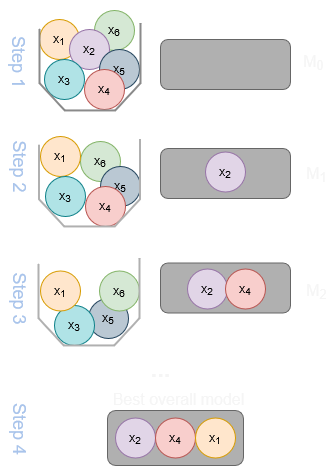
The draw.io diagram book/2_models/figures/ForwardStepwiseSelection.drawio.png in ConniBuschmann/psy112, before a commit. Source tidied: cells renumbered, new cells last; positions are measured from the earlier drawing's top-left corner, leaving out a move shared by most shapes. Its diagram source:
```xml
<mxGraphModel>
  <root>
    <mxCell id="0" />
    <mxCell id="1" parent="0" />
    <mxCell id="2" style="rounded=1;whiteSpace=wrap;html=1;fillColor=#B0B0B0;strokeColor=#666666;fontColor=#333333;" parent="1" vertex="1">
      <mxGeometry x="180" y="261.5" width="130" height="50" as="geometry" />
    </mxCell>
    <mxCell id="3" value="x&lt;sub&gt;5&lt;/sub&gt;" style="ellipse;whiteSpace=wrap;html=1;fillColor=#bac8d3;strokeColor=#23445d;" parent="1" vertex="1">
      <mxGeometry x="108" y="297" width="40" height="40" as="geometry" />
    </mxCell>
    <mxCell id="4" value="x&lt;sub&gt;6&lt;/sub&gt;" style="ellipse;whiteSpace=wrap;html=1;fillColor=#d5e8d4;strokeColor=#82b366;" parent="1" vertex="1">
      <mxGeometry x="114" y="9" width="40" height="40" as="geometry" />
    </mxCell>
    <mxCell id="5" value="x&lt;sub&gt;1&lt;/sub&gt;" style="ellipse;whiteSpace=wrap;html=1;fillColor=#ffe6cc;strokeColor=#D79B00;" parent="1" vertex="1">
      <mxGeometry x="59" y="18" width="40" height="40" as="geometry" />
    </mxCell>
    <mxCell id="6" value="x&lt;sub&gt;2&lt;/sub&gt;" style="ellipse;whiteSpace=wrap;html=1;fillColor=#e1d5e7;strokeColor=#9673a6;" parent="1" vertex="1">
      <mxGeometry x="89" y="28" width="40" height="40" as="geometry" />
    </mxCell>
    <mxCell id="7" value="x&lt;sub&gt;3&lt;/sub&gt;" style="ellipse;whiteSpace=wrap;html=1;fillColor=#b0e3e6;strokeColor=#0e8088;" parent="1" vertex="1">
      <mxGeometry x="64" y="58" width="40" height="40" as="geometry" />
    </mxCell>
    <mxCell id="8" value="x&lt;sub&gt;5&lt;/sub&gt;" style="ellipse;whiteSpace=wrap;html=1;fillColor=#bac8d3;strokeColor=#23445d;" parent="1" vertex="1">
      <mxGeometry x="119" y="48" width="40" height="40" as="geometry" />
    </mxCell>
    <mxCell id="9" value="x&lt;sub&gt;4&lt;/sub&gt;" style="ellipse;whiteSpace=wrap;html=1;fillColor=#f8cecc;strokeColor=#b85450;" parent="1" vertex="1">
      <mxGeometry x="104" y="68" width="40" height="40" as="geometry" />
    </mxCell>
    <mxCell id="10" style="verticalLabelPosition=bottom;verticalAlign=top;html=1;shape=mxgraph.basic.polygon;polyCoords=[[1,0.2],[1,0.2],[1,0.25],[1,0.75],[0.75,1],[0.25,1],[0,0.75],[0,0.25]];polyline=1;fillColor=none;strokeWidth=2;strokeColor=light-dark(#8a8a8a, #ededed);" parent="1" vertex="1">
      <mxGeometry x="59" width="101" height="109" as="geometry" />
    </mxCell>
    <mxCell id="11" value="x&lt;sub&gt;6&lt;/sub&gt;" style="ellipse;whiteSpace=wrap;html=1;fillColor=#d5e8d4;strokeColor=#82b366;" parent="1" vertex="1">
      <mxGeometry x="100" y="140" width="40" height="40" as="geometry" />
    </mxCell>
    <mxCell id="12" value="x&lt;sub&gt;1&lt;/sub&gt;" style="ellipse;whiteSpace=wrap;html=1;fillColor=#ffe6cc;strokeColor=#D79B00;" parent="1" vertex="1">
      <mxGeometry x="60" y="135" width="40" height="40" as="geometry" />
    </mxCell>
    <mxCell id="13" value="x&lt;sub&gt;3&lt;/sub&gt;" style="ellipse;whiteSpace=wrap;html=1;fillColor=#b0e3e6;strokeColor=#0e8088;" parent="1" vertex="1">
      <mxGeometry x="65" y="175" width="40" height="40" as="geometry" />
    </mxCell>
    <mxCell id="14" value="x&lt;sub&gt;5&lt;/sub&gt;" style="ellipse;whiteSpace=wrap;html=1;fillColor=#bac8d3;strokeColor=#23445d;" parent="1" vertex="1">
      <mxGeometry x="120" y="165" width="40" height="40" as="geometry" />
    </mxCell>
    <mxCell id="15" value="x&lt;sub&gt;4&lt;/sub&gt;" style="ellipse;whiteSpace=wrap;html=1;fillColor=#f8cecc;strokeColor=#b85450;" parent="1" vertex="1">
      <mxGeometry x="105" y="185" width="40" height="40" as="geometry" />
    </mxCell>
    <mxCell id="16" style="verticalLabelPosition=bottom;verticalAlign=top;html=1;shape=mxgraph.basic.polygon;polyCoords=[[1,0.2],[1,0.2],[1,0.25],[1,0.75],[0.75,1],[0.25,1],[0,0.75],[0,0.25]];polyline=1;fillColor=none;strokeWidth=2;strokeColor=#B0B0B0;" parent="1" vertex="1">
      <mxGeometry x="58.5" y="116" width="101" height="109" as="geometry" />
    </mxCell>
    <mxCell id="17" style="rounded=1;whiteSpace=wrap;html=1;fillColor=#B0B0B0;strokeColor=#666666;fontColor=#333333;" parent="1" vertex="1">
      <mxGeometry x="180" y="147" width="130" height="50" as="geometry" />
    </mxCell>
    <mxCell id="18" value="x&lt;sub&gt;2&lt;/sub&gt;" style="ellipse;whiteSpace=wrap;html=1;fillColor=#e1d5e7;strokeColor=#9673a6;" parent="1" vertex="1">
      <mxGeometry x="225" y="150.5" width="40" height="40" as="geometry" />
    </mxCell>
    <mxCell id="19" value="&lt;font style=&quot;font-size: 18px; color: rgb(169, 196, 235);&quot;&gt;Step 2&lt;/font&gt;" style="text;html=1;align=center;verticalAlign=middle;strokeColor=none;fillColor=none;rotation=90;" parent="1" vertex="1">
      <mxGeometry y="145" width="80" height="40" as="geometry" />
    </mxCell>
    <mxCell id="20" value="&lt;font style=&quot;font-size: 18px; color: rgb(169, 196, 235);&quot;&gt;Step 1&lt;/font&gt;" style="text;html=1;align=center;verticalAlign=middle;strokeColor=none;fillColor=none;rotation=90;" parent="1" vertex="1">
      <mxGeometry y="40.5" width="80" height="40" as="geometry" />
    </mxCell>
    <mxCell id="21" value="&lt;font style=&quot;font-size: 16px;&quot;&gt;M&lt;sub&gt;0&lt;/sub&gt;&lt;/font&gt;" style="text;html=1;align=center;verticalAlign=middle;strokeColor=none;fillColor=none;fontColor=#F5F5F5;" parent="1" vertex="1">
      <mxGeometry x="313" y="40.5" width="40" height="40" as="geometry" />
    </mxCell>
    <mxCell id="22" value="&lt;font style=&quot;font-size: 16px;&quot;&gt;M&lt;sub&gt;1&lt;/sub&gt;&lt;/font&gt;" style="text;html=1;align=center;verticalAlign=middle;strokeColor=none;fillColor=none;fontColor=#F5F5F5;" parent="1" vertex="1">
      <mxGeometry x="316" y="152.5" width="40" height="40" as="geometry" />
    </mxCell>
    <mxCell id="23" value="x&lt;sub&gt;6&lt;/sub&gt;" style="ellipse;whiteSpace=wrap;html=1;fillColor=#d5e8d4;strokeColor=#82b366;" parent="1" vertex="1">
      <mxGeometry x="119" y="269.5" width="40" height="40" as="geometry" />
    </mxCell>
    <mxCell id="24" value="x&lt;sub&gt;3&lt;/sub&gt;" style="ellipse;whiteSpace=wrap;html=1;fillColor=#b0e3e6;strokeColor=#0e8088;" parent="1" vertex="1">
      <mxGeometry x="74" y="304" width="40" height="40" as="geometry" />
    </mxCell>
    <mxCell id="25" style="verticalLabelPosition=bottom;verticalAlign=top;html=1;shape=mxgraph.basic.polygon;polyCoords=[[1,0.2],[1,0.2],[1,0.25],[1,0.75],[0.75,1],[0.25,1],[0,0.75],[0,0.25]];polyline=1;fillColor=none;strokeWidth=2;strokeColor=#B0B0B0;" parent="1" vertex="1">
      <mxGeometry x="58" y="235" width="101" height="109" as="geometry" />
    </mxCell>
    <mxCell id="26" value="x&lt;sub&gt;2&lt;/sub&gt;" style="ellipse;whiteSpace=wrap;html=1;fillColor=#e1d5e7;strokeColor=#9673a6;" parent="1" vertex="1">
      <mxGeometry x="207" y="267.5" width="40" height="40" as="geometry" />
    </mxCell>
    <mxCell id="27" value="&lt;font style=&quot;font-size: 18px; color: rgb(169, 196, 235);&quot;&gt;Step 3&lt;/font&gt;" style="text;html=1;align=center;verticalAlign=middle;strokeColor=none;fillColor=none;rotation=90;" parent="1" vertex="1">
      <mxGeometry y="277" width="80" height="40" as="geometry" />
    </mxCell>
    <mxCell id="28" value="&lt;font style=&quot;font-size: 16px;&quot;&gt;M&lt;sub&gt;2&lt;/sub&gt;&lt;/font&gt;" style="text;html=1;align=center;verticalAlign=middle;strokeColor=none;fillColor=none;fontColor=#F5F5F5;" parent="1" vertex="1">
      <mxGeometry x="316" y="269.5" width="40" height="40" as="geometry" />
    </mxCell>
    <mxCell id="29" value="x&lt;sub&gt;4&lt;/sub&gt;" style="ellipse;whiteSpace=wrap;html=1;fillColor=#f8cecc;strokeColor=#b85450;" parent="1" vertex="1">
      <mxGeometry x="245" y="267.5" width="40" height="40" as="geometry" />
    </mxCell>
    <mxCell id="30" value="x&lt;sub&gt;1&lt;/sub&gt;" style="ellipse;whiteSpace=wrap;html=1;fillColor=#ffe6cc;strokeColor=#D79B00;" parent="1" vertex="1">
      <mxGeometry x="60" y="269.5" width="40" height="40" as="geometry" />
    </mxCell>
    <mxCell id="31" value="&lt;font size=&quot;3&quot;&gt;Best overall model&lt;/font&gt;" style="text;html=1;align=center;verticalAlign=middle;strokeColor=none;fillColor=none;fontColor=#F5F5F5;" parent="1" vertex="1">
      <mxGeometry x="118" y="383" width="160" height="30" as="geometry" />
    </mxCell>
    <mxCell id="32" value="&lt;font style=&quot;font-size: 18px; color: rgb(169, 196, 235);&quot;&gt;Step 4&lt;/font&gt;" style="text;html=1;align=center;verticalAlign=middle;strokeColor=none;fillColor=none;rotation=90;" parent="1" vertex="1">
      <mxGeometry x="1" y="407.5" width="80" height="40" as="geometry" />
    </mxCell>
    <mxCell id="33" style="rounded=1;whiteSpace=wrap;html=1;fillColor=#B0B0B0;strokeColor=#666666;fontColor=#333333;" parent="1" vertex="1">
      <mxGeometry x="127" y="409" width="136" height="55" as="geometry" />
    </mxCell>
    <mxCell id="34" value="x&lt;sub&gt;2&lt;/sub&gt;" style="ellipse;whiteSpace=wrap;html=1;fillColor=#e1d5e7;strokeColor=#9673a6;" parent="1" vertex="1">
      <mxGeometry x="135" y="416.5" width="40" height="40" as="geometry" />
    </mxCell>
    <mxCell id="35" value="x&lt;sub&gt;4&lt;/sub&gt;" style="ellipse;whiteSpace=wrap;html=1;fillColor=#f8cecc;strokeColor=#b85450;" parent="1" vertex="1">
      <mxGeometry x="175" y="416.5" width="40" height="40" as="geometry" />
    </mxCell>
    <mxCell id="36" value="x&lt;sub&gt;1&lt;/sub&gt;" style="ellipse;whiteSpace=wrap;html=1;fillColor=#ffe6cc;strokeColor=#D79B00;" parent="1" vertex="1">
      <mxGeometry x="215" y="416.5" width="40" height="40" as="geometry" />
    </mxCell>
    <mxCell id="37" value="&lt;font style=&quot;font-size: 24px;&quot;&gt;&lt;b&gt;...&lt;/b&gt;&lt;/font&gt;" style="text;html=1;align=center;verticalAlign=middle;strokeColor=none;fillColor=none;fontColor=#F5F5F5;" parent="1" vertex="1">
      <mxGeometry x="160" y="347" width="40" height="40" as="geometry" />
    </mxCell>
    <mxCell id="38" style="rounded=1;whiteSpace=wrap;html=1;fillColor=#B0B0B0;strokeColor=#666666;fontColor=#333333;" parent="1" vertex="1">
      <mxGeometry x="180" y="38" width="130" height="50" as="geometry" />
    </mxCell>
  </root>
</mxGraphModel>
```
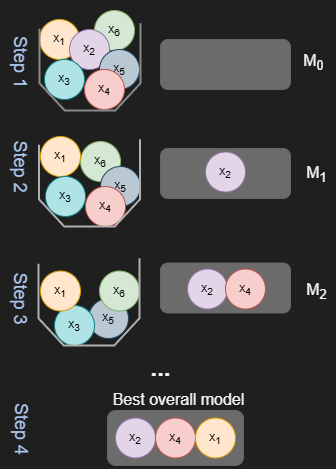
After the commit.

What changed in the source:
```diff
@@ -1,8 +1,8 @@
-<mxGraphModel>
+<mxGraphModel background="#1F1F1F">
   <root>
     <mxCell id="0" />
     <mxCell id="1" parent="0" />
-    <mxCell id="2" style="rounded=1;whiteSpace=wrap;html=1;fillColor=#B0B0B0;strokeColor=#666666;fontColor=#333333;" parent="1" vertex="1">
+    <mxCell id="2" style="rounded=1;whiteSpace=wrap;html=1;fillColor=#6B6B6B;strokeColor=#666666;fontColor=#333333;" parent="1" vertex="1">
       <mxGeometry x="180" y="261.5" width="130" height="50" as="geometry" />
     </mxCell>
     <mxCell id="3" value="x&lt;sub&gt;5&lt;/sub&gt;" style="ellipse;whiteSpace=wrap;html=1;fillColor=#bac8d3;strokeColor=#23445d;" parent="1" vertex="1">
@@ -47,7 +47,7 @@
     <mxCell id="16" style="verticalLabelPosition=bottom;verticalAlign=top;html=1;shape=mxgraph.basic.polygon;polyCoords=[[1,0.2],[1,0.2],[1,0.25],[1,0.75],[0.75,1],[0.25,1],[0,0.75],[0,0.25]];polyline=1;fillColor=none;strokeWidth=2;strokeColor=#B0B0B0;" parent="1" vertex="1">
       <mxGeometry x="58.5" y="116" width="101" height="109" as="geometry" />
     </mxCell>
-    <mxCell id="17" style="rounded=1;whiteSpace=wrap;html=1;fillColor=#B0B0B0;strokeColor=#666666;fontColor=#333333;" parent="1" vertex="1">
+    <mxCell id="17" style="rounded=1;whiteSpace=wrap;html=1;fillColor=#6B6B6B;strokeColor=#666666;fontColor=#646464;" parent="1" vertex="1">
       <mxGeometry x="180" y="147" width="130" height="50" as="geometry" />
     </mxCell>
     <mxCell id="18" value="x&lt;sub&gt;2&lt;/sub&gt;" style="ellipse;whiteSpace=wrap;html=1;fillColor=#e1d5e7;strokeColor=#9673a6;" parent="1" vertex="1">
@@ -95,7 +95,7 @@
     <mxCell id="32" value="&lt;font style=&quot;font-size: 18px; color: rgb(169, 196, 235);&quot;&gt;Step 4&lt;/font&gt;" style="text;html=1;align=center;verticalAlign=middle;strokeColor=none;fillColor=none;rotation=90;" parent="1" vertex="1">
       <mxGeometry x="1" y="407.5" width="80" height="40" as="geometry" />
     </mxCell>
-    <mxCell id="33" style="rounded=1;whiteSpace=wrap;html=1;fillColor=#B0B0B0;strokeColor=#666666;fontColor=#333333;" parent="1" vertex="1">
+    <mxCell id="33" style="rounded=1;whiteSpace=wrap;html=1;fillColor=#6B6B6B;strokeColor=#666666;fontColor=#333333;" parent="1" vertex="1">
       <mxGeometry x="127" y="409" width="136" height="55" as="geometry" />
     </mxCell>
     <mxCell id="34" value="x&lt;sub&gt;2&lt;/sub&gt;" style="ellipse;whiteSpace=wrap;html=1;fillColor=#e1d5e7;strokeColor=#9673a6;" parent="1" vertex="1">
@@ -110,7 +110,7 @@
     <mxCell id="37" value="&lt;font style=&quot;font-size: 24px;&quot;&gt;&lt;b&gt;...&lt;/b&gt;&lt;/font&gt;" style="text;html=1;align=center;verticalAlign=middle;strokeColor=none;fillColor=none;fontColor=#F5F5F5;" parent="1" vertex="1">
       <mxGeometry x="160" y="347" width="40" height="40" as="geometry" />
     </mxCell>
-    <mxCell id="38" style="rounded=1;whiteSpace=wrap;html=1;fillColor=#B0B0B0;strokeColor=#666666;fontColor=#333333;" parent="1" vertex="1">
+    <mxCell id="38" style="rounded=1;whiteSpace=wrap;html=1;fillColor=#6B6B6B;strokeColor=#666666;fontColor=#646464;" parent="1" vertex="1">
       <mxGeometry x="180" y="38" width="130" height="50" as="geometry" />
     </mxCell>
   </root>
```
